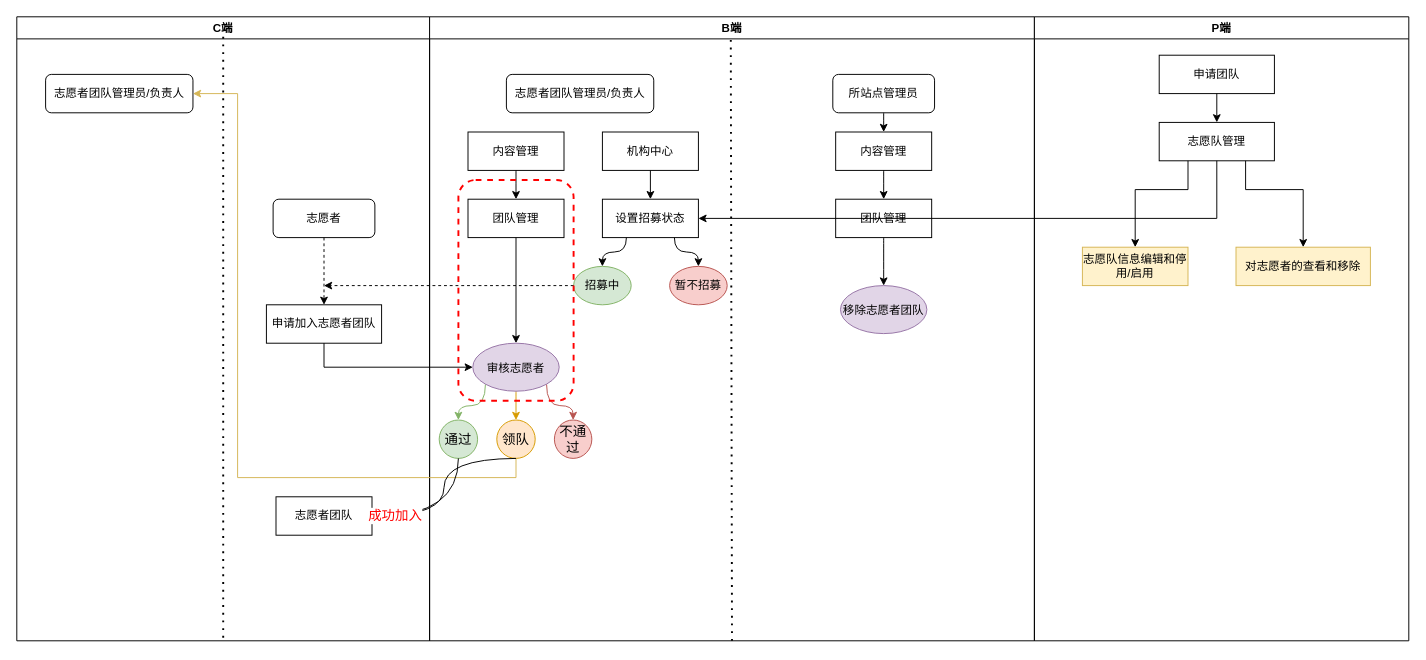
Before: 志愿者团队.drawio in KZ137onethe/hello-world, a draw.io diagram. Source tidied: cells renumbered, new cells numbered last; positions are measured from the earlier drawing's top-left corner, leaving out a move shared by most shapes. Both pictures are drawn from the tidied source at 96%, with x=0, y=0 at pixel (16, 16).
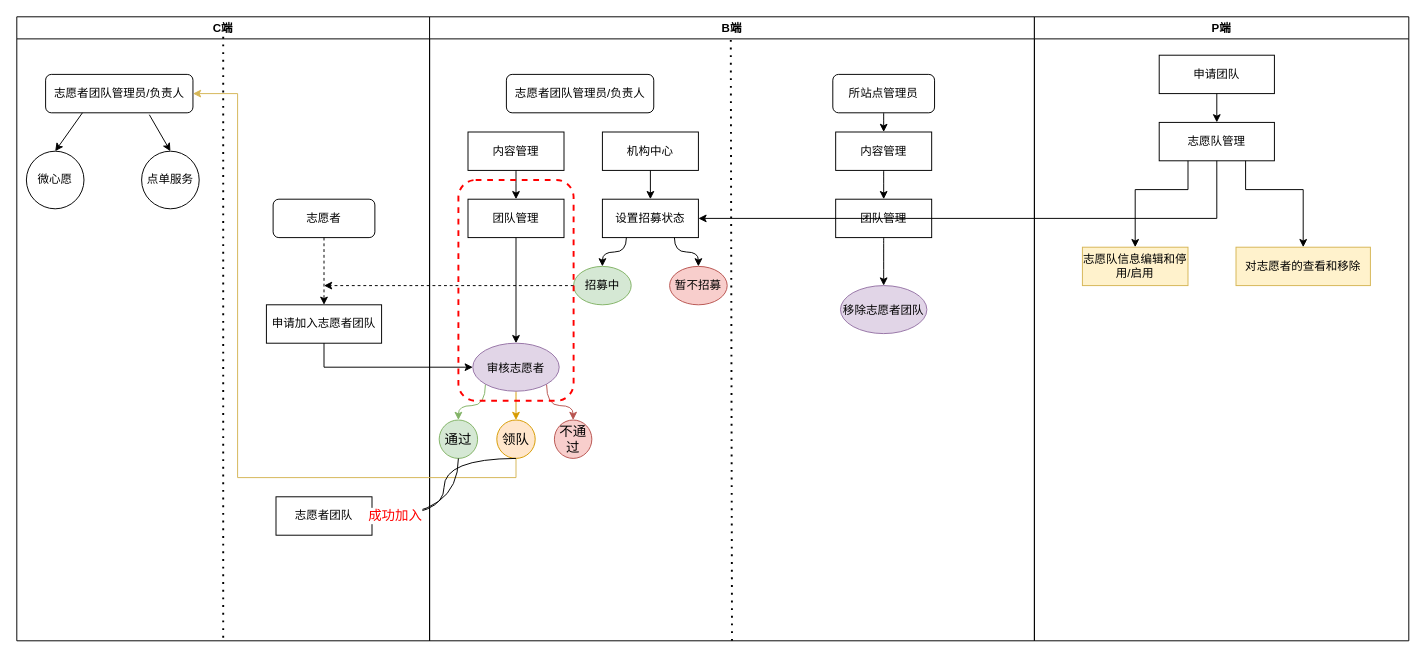
The same diagram, later.

Commit message:
更新志愿者团队.drawio

The change refers to these unchanged cells:
```xml
<mxCell id="2" value="C端" style="swimlane;" parent="1" vertex="1">
  <mxGeometry width="430" height="650" as="geometry" />
</mxCell>
<mxCell id="6" value="志愿者团队管理员/负责人" style="rounded=1;whiteSpace=wrap;html=1;" parent="2" vertex="1">
  <mxGeometry x="30" y="60" width="153.5" height="40" as="geometry" />
</mxCell>
```

What changed in the source:
```diff
@@
+    <mxCell id="53" value="微心愿" style="ellipse;whiteSpace=wrap;html=1;strokeColor=default;strokeWidth=1;fillColor=#FFFFFF;" parent="2" vertex="1">
+      <mxGeometry x="10" y="140" width="60" height="60" as="geometry" />
+    </mxCell>
+    <mxCell id="54" value="点单服务" style="ellipse;whiteSpace=wrap;html=1;strokeColor=default;strokeWidth=1;fillColor=#FFFFFF;" parent="2" vertex="1">
+      <mxGeometry x="130" y="140" width="60" height="60" as="geometry" />
+    </mxCell>
+    <mxCell id="55" style="endArrow=classic;html=1;rounded=0;exitX=0.25;exitY=1;exitDx=0;exitDy=0;entryX=0.5;entryY=0;entryDx=0;entryDy=0;" parent="2" edge="1" source="6" target="53">
+      <mxGeometry relative="1" as="geometry" />
+    </mxCell>
+    <mxCell id="56" style="endArrow=classic;html=1;rounded=0;exitX=0.704;exitY=1.05;exitDx=0;exitDy=0;exitPerimeter=0;entryX=0.5;entryY=0;entryDx=0;entryDy=0;" parent="2" edge="1" source="6" target="54">
+      <mxGeometry relative="1" as="geometry" />
+    </mxCell>
```
